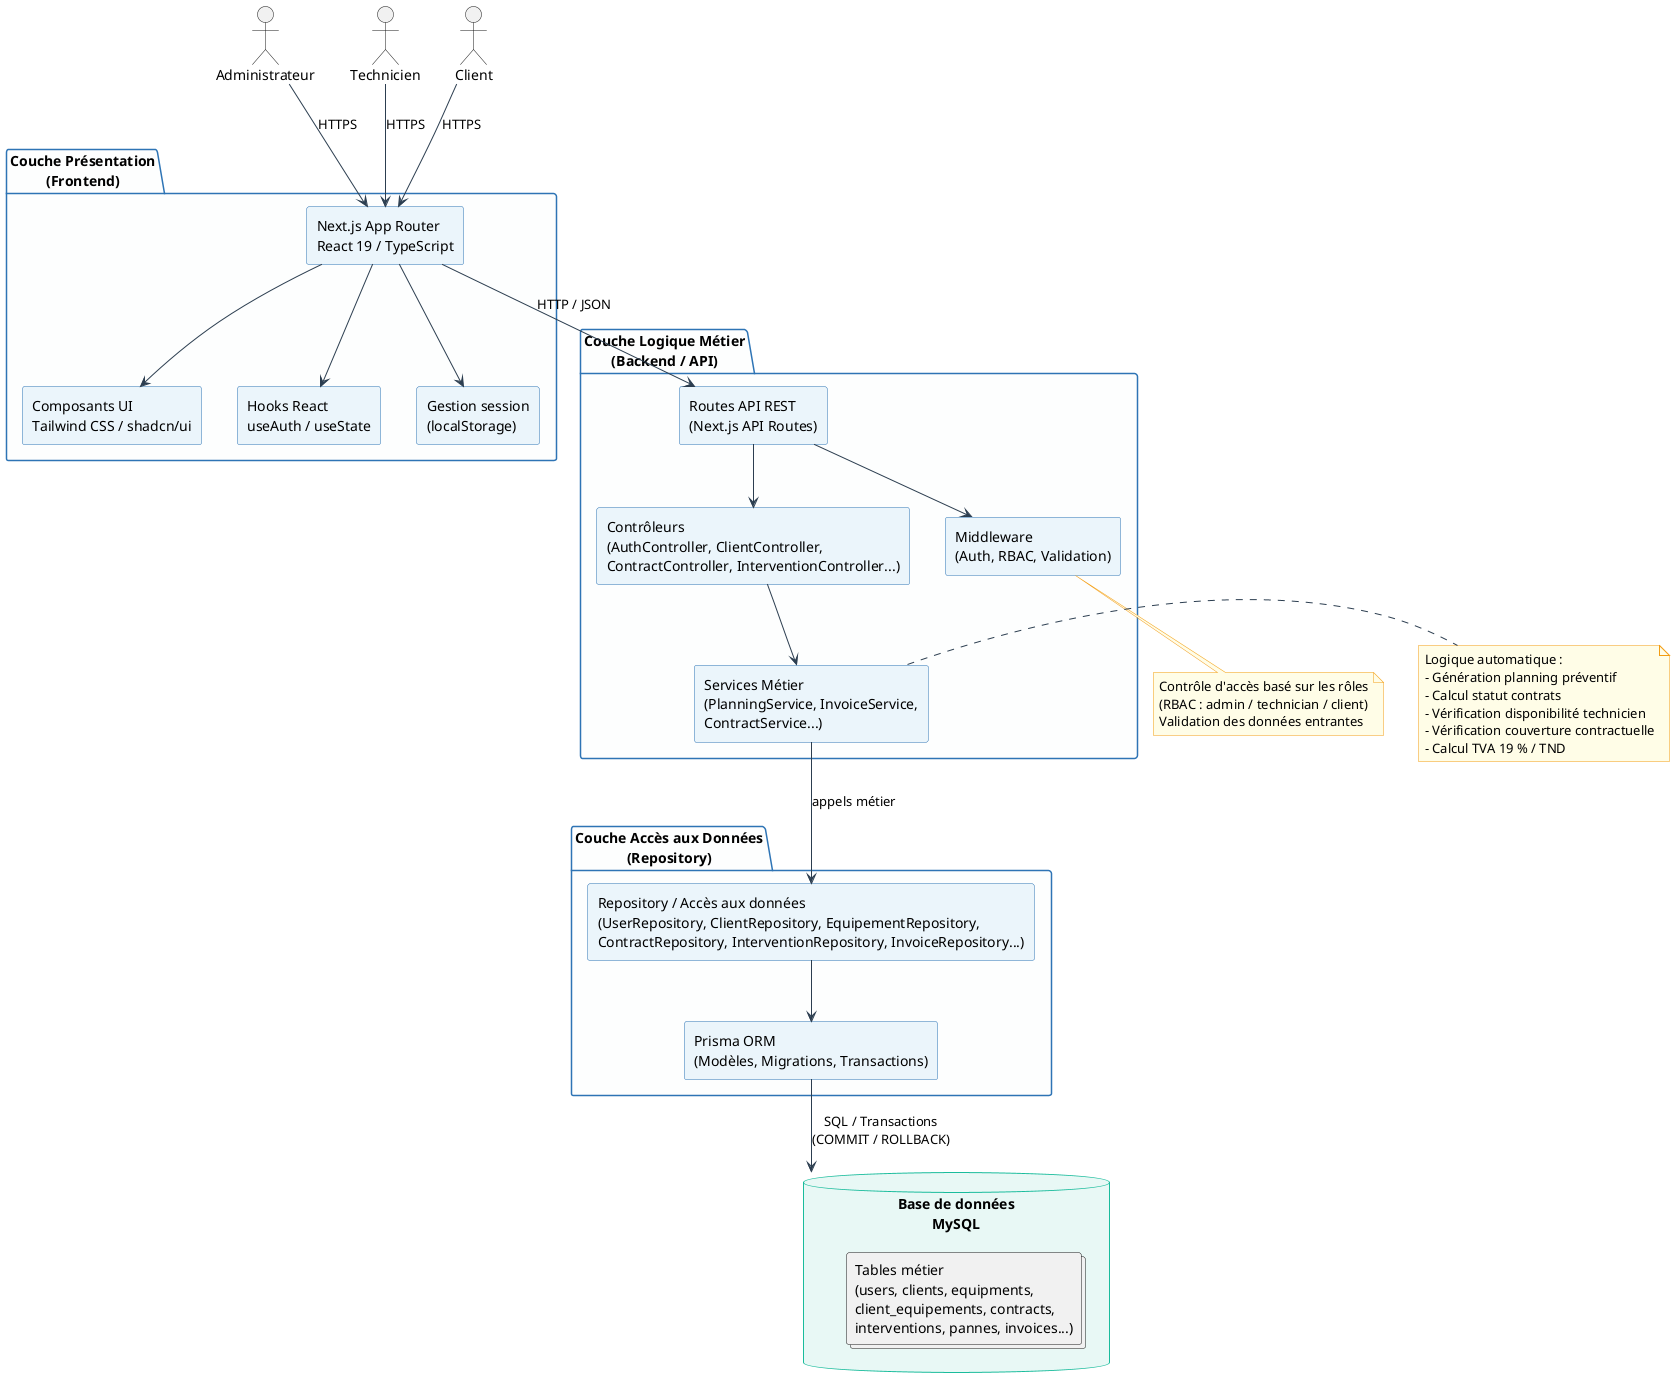
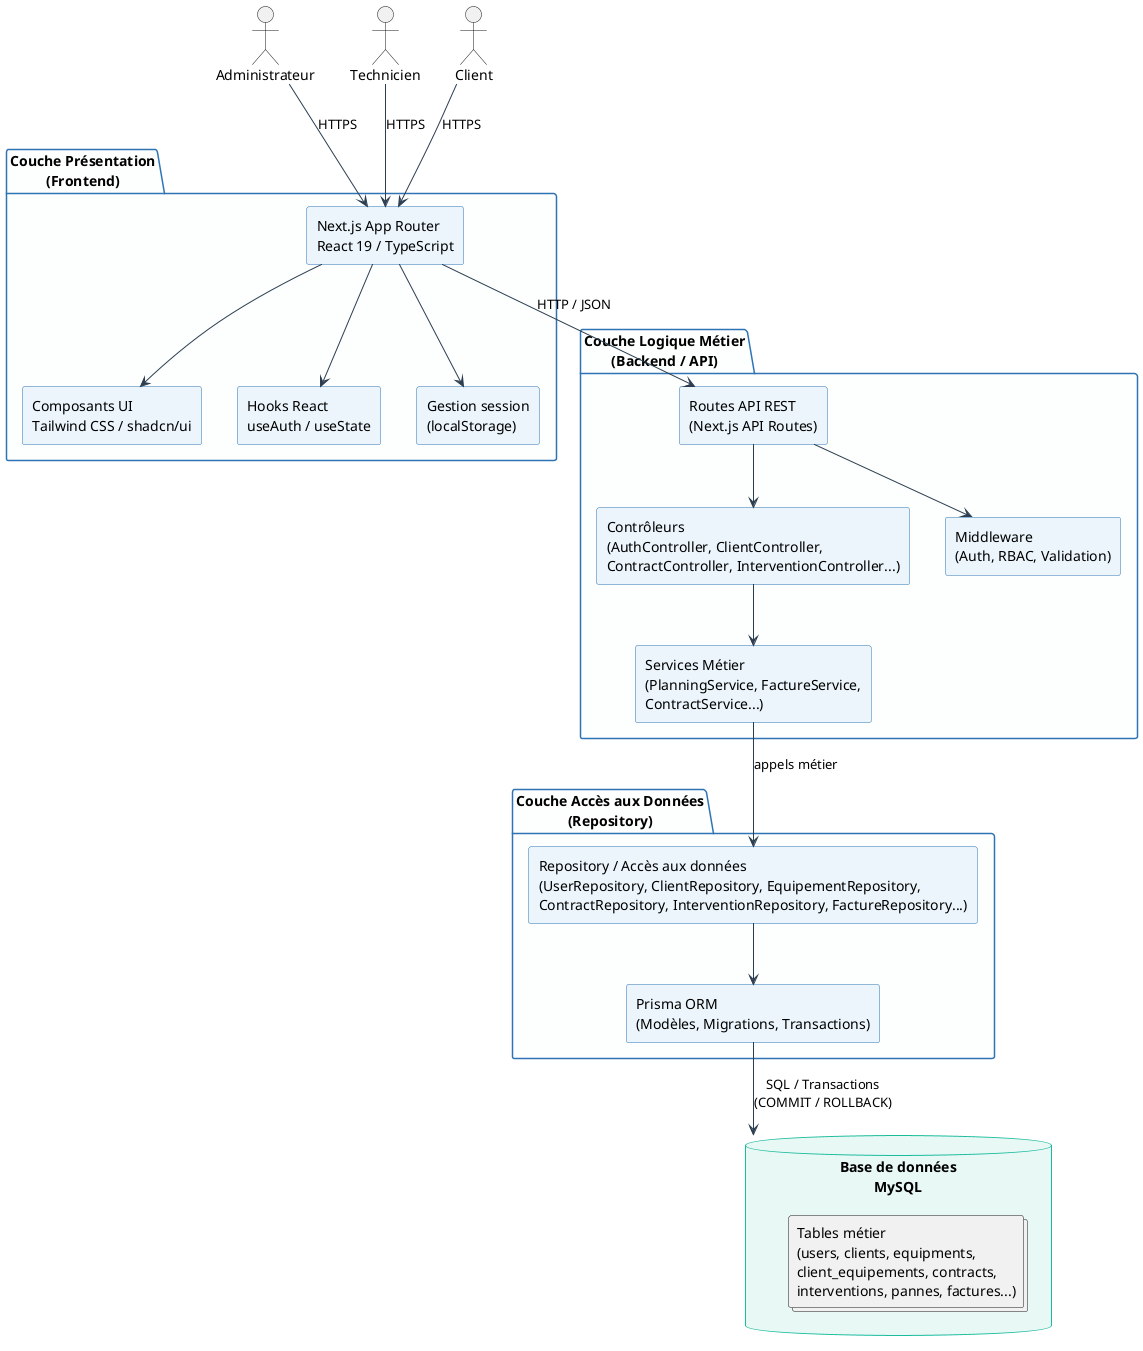
@startuml 03_architecture_3_couches

skinparam componentStyle rectangle
skinparam packageBackgroundColor #FDFEFE
skinparam packageBorderColor #2E74B5
skinparam componentBackgroundColor #EBF5FB
skinparam componentBorderColor #2E74B5
skinparam databaseBackgroundColor #E8F8F5
skinparam databaseBorderColor #1ABC9C
skinparam arrowColor #2C3E50
skinparam noteBackgroundColor #FFFDE7
skinparam noteBorderColor #F39C12

actor "Administrateur" as Admin
actor "Technicien"     as Tech
actor "Client"         as Cli

package "Couche Présentation\n(Frontend)" {
  component [Next.js App Router\nReact 19 / TypeScript] as Frontend
  component [Composants UI\nTailwind CSS / shadcn/ui]   as UI
  component [Hooks React\nuseAuth / useState]           as Hooks
  component [Gestion session\n(localStorage)]           as Session

  Frontend --> UI
  Frontend --> Hooks
  Frontend --> Session
}

package "Couche Logique Métier\n(Backend / API)" {
  component [Routes API REST\n(Next.js API Routes)] as API
  component [Contrôleurs\n(AuthController, ClientController,\nContractController, InterventionController...)] as Controllers
-   component [Services Métier\n(PlanningService, InvoiceService,\nContractService...)] as Services
+   component [Services Métier\n(PlanningService, FactureService,\nContractService...)] as Services
  component [Middleware\n(Auth, RBAC, Validation)] as Middleware

  API --> Middleware
  API --> Controllers
  Controllers --> Services
}

package "Couche Accès aux Données\n(Repository)" {
-   component [Repository / Accès aux données\n(UserRepository, ClientRepository, EquipementRepository,\nContractRepository, InterventionRepository, InvoiceRepository...)] as REPO
+   component [Repository / Accès aux données\n(UserRepository, ClientRepository, EquipementRepository,\nContractRepository, InterventionRepository, FactureRepository...)] as REPO
  component [Prisma ORM\n(Modèles, Migrations, Transactions)] as Prisma

  REPO --> Prisma
}

database "Base de données\nMySQL" as DB {
-   collections "Tables métier\n(users, clients, equipments,\nclient_equipements, contracts,\ninterventions, pannes, invoices...)" as Tables
+   collections "Tables métier\n(users, clients, equipments,\nclient_equipements, contracts,\ninterventions, pannes, factures...)" as Tables
}

' Flux entre couches
Admin --> Frontend : HTTPS
Tech  --> Frontend : HTTPS
Cli   --> Frontend : HTTPS

Frontend --> API : HTTP / JSON

Services --> REPO : appels métier

Prisma --> DB : SQL / Transactions\n(COMMIT / ROLLBACK)

- note right of Services
-   Logique automatique :
-   - Génération planning préventif
-   - Calcul statut contrats
-   - Vérification disponibilité technicien
-   - Vérification couverture contractuelle
-   - Calcul TVA 19 % / TND
- end note
- 
- note bottom of Middleware
-   Contrôle d'accès basé sur les rôles
-   (RBAC : admin / technician / client)
-   Validation des données entrantes
- end note
@enduml
